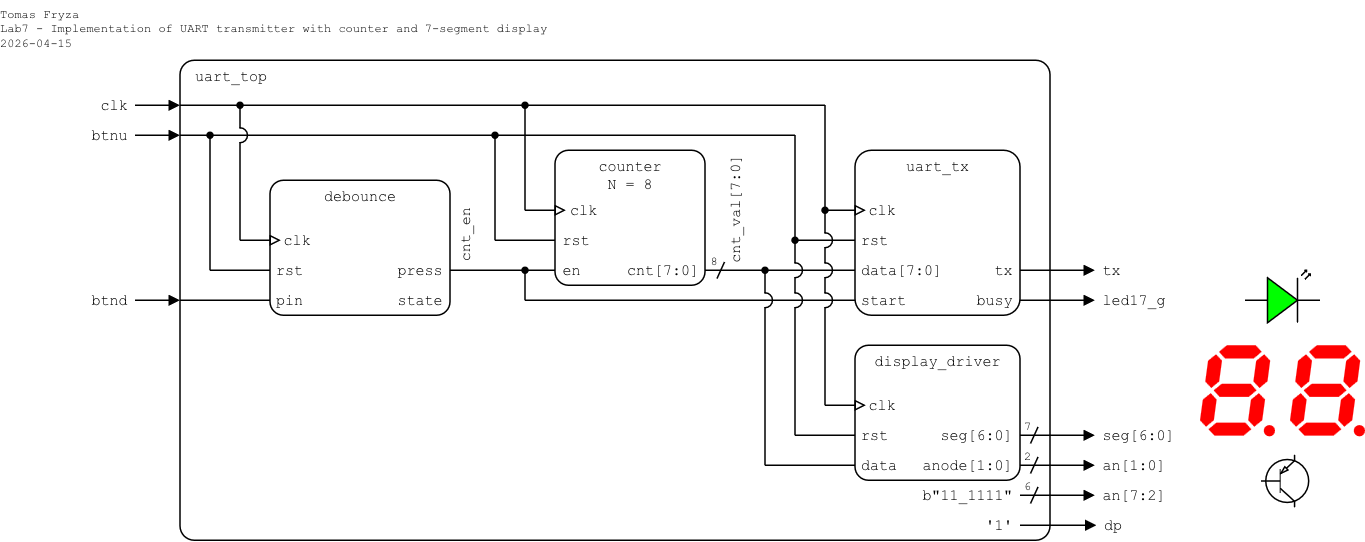
This is lab7-uart/images/top-level_ver3.png from tomas-fryza/verilog-examples, a draw.io export, as it was before one commit. Source tidied: cells renumbered, new cells last; positions are measured from the earlier drawing's top-left corner, leaving out a move shared by most shapes.
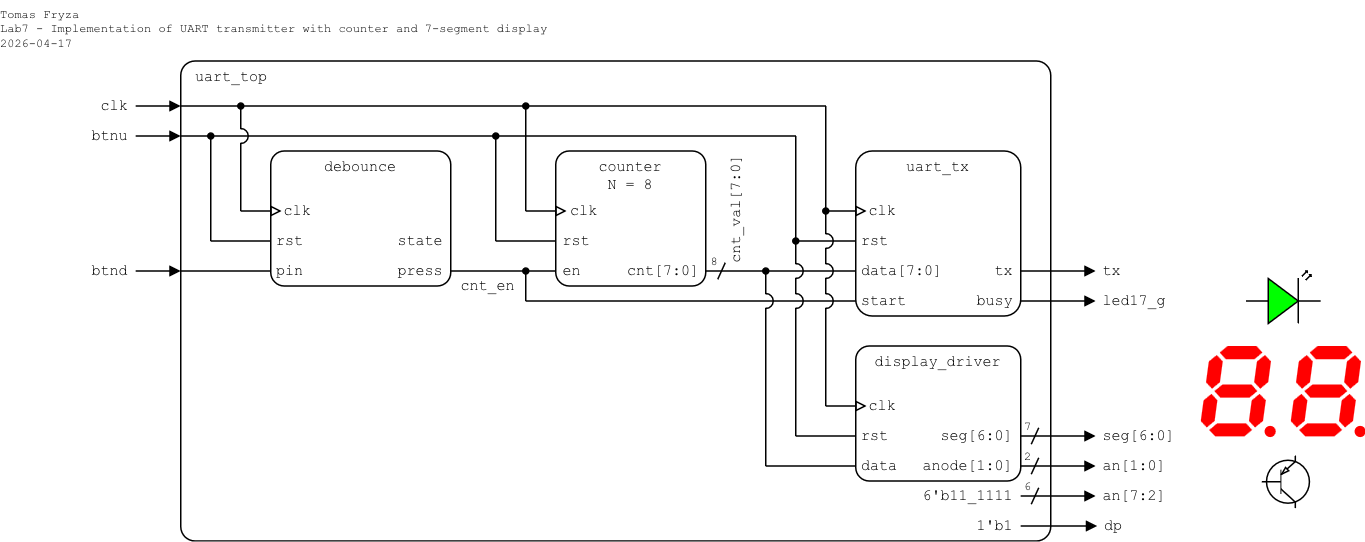
The same file after the commit.

Change to the diagram source:
```diff
@@ -35,7 +35,7 @@
         <mxPoint x="730" y="330" as="targetPoint" />
       </mxGeometry>
     </mxCell>
-    <mxCell id="11" value="b&quot;11_1111&quot;" style="text;html=1;align=right;verticalAlign=middle;whiteSpace=wrap;rounded=0;fontFamily=Courier New;fontSize=10;fillOpacity=100;spacing=0;spacingLeft=0;spacingRight=5;" parent="1" vertex="1">
+    <mxCell id="11" value="6'b11_1111" style="text;html=1;align=right;verticalAlign=middle;whiteSpace=wrap;rounded=0;fontFamily=Courier New;fontSize=10;fillOpacity=100;spacing=0;spacingLeft=0;spacingRight=5;" parent="1" vertex="1">
       <mxGeometry x="610" y="320" width="70" height="20" as="geometry" />
     </mxCell>
     <mxCell id="12" value="an[7:2]" style="text;html=1;align=left;verticalAlign=middle;whiteSpace=wrap;rounded=0;fontFamily=Courier New;fontSize=10;fillOpacity=100;spacing=0;spacingLeft=5;" parent="1" vertex="1">
@@ -80,7 +80,7 @@
     <mxCell id="21" value="dp" style="text;html=1;align=left;verticalAlign=middle;whiteSpace=wrap;rounded=0;fontFamily=Courier New;fontSize=10;fillOpacity=100;spacing=0;spacingLeft=5;" parent="1" vertex="1">
       <mxGeometry x="731" y="340" width="20" height="20" as="geometry" />
     </mxCell>
-    <mxCell id="22" value="'1'" style="text;html=1;align=right;verticalAlign=middle;whiteSpace=wrap;rounded=0;fontFamily=Courier New;fontSize=10;fillOpacity=100;spacing=0;spacingLeft=0;spacingRight=5;" parent="1" vertex="1">
+    <mxCell id="22" value="1'b1" style="text;html=1;align=right;verticalAlign=middle;whiteSpace=wrap;rounded=0;fontFamily=Courier New;fontSize=10;fillOpacity=100;spacing=0;spacingLeft=0;spacingRight=5;" parent="1" vertex="1">
       <mxGeometry x="650" y="340" width="30" height="20" as="geometry" />
     </mxCell>
     <mxCell id="23" style="verticalLabelPosition=bottom;shadow=0;dashed=0;align=center;html=1;verticalAlign=top;shape=mxgraph.electrical.opto_electronics.7_segment_display_with_dp;fillColor=#FF0000;strokeColor=none;" parent="1" vertex="1">
@@ -174,22 +174,22 @@
       </mxGeometry>
     </mxCell>
     <mxCell id="45" value="debounce" style="rounded=1;arcSize=10;align=center;verticalAlign=top;fontFamily=Courier New;absoluteArcSize=0;fillColor=none;fixDash=0;fontSize=10;spacingLeft=0;labelBorderColor=none;spacingTop=0;spacing=0;labelBackgroundColor=none;whiteSpace=wrap;html=1;strokeWidth=1;shadow=0;glass=0;" parent="1" vertex="1">
-      <mxGeometry x="180" y="120" width="120" height="90" as="geometry" />
+      <mxGeometry x="180" y="100" width="120" height="90" as="geometry" />
     </mxCell>
     <mxCell id="46" value="rst" style="text;html=1;align=left;verticalAlign=middle;whiteSpace=wrap;rounded=0;fontFamily=Courier New;fontSize=10;fillOpacity=100;spacingLeft=5;spacing=0;" parent="1" vertex="1">
-      <mxGeometry x="179.4" y="170" width="30.6" height="20" as="geometry" />
+      <mxGeometry x="179.4" y="150" width="30.6" height="20" as="geometry" />
     </mxCell>
     <mxCell id="47" value="clk" style="text;html=1;align=left;verticalAlign=middle;whiteSpace=wrap;rounded=0;fontFamily=Courier New;fontSize=10;fillOpacity=100;spacing=0;spacingLeft=10;" parent="1" vertex="1">
-      <mxGeometry x="179.4" y="150" width="40.6" height="20" as="geometry" />
+      <mxGeometry x="179.4" y="130" width="40.6" height="20" as="geometry" />
     </mxCell>
     <mxCell id="48" style="endArrow=block;html=1;rounded=0;endFill=0;endSize=5;startSize=5;" parent="1" edge="1">
       <mxGeometry relative="1" as="geometry">
-        <mxPoint x="160" y="160" as="sourcePoint" />
-        <mxPoint x="187.2" y="160" as="targetPoint" />
+        <mxPoint x="160" y="140" as="sourcePoint" />
+        <mxPoint x="187.2" y="140" as="targetPoint" />
       </mxGeometry>
     </mxCell>
-    <mxCell id="49" value="state" style="text;html=1;align=right;verticalAlign=middle;whiteSpace=wrap;rounded=0;fontFamily=Courier New;fontSize=10;fillOpacity=100;spacing=0;spacingRight=5;" parent="1" vertex="1">
-      <mxGeometry x="260" y="190" width="40" height="20" as="geometry" />
+    <mxCell id="49" value="press" style="text;html=1;align=right;verticalAlign=middle;whiteSpace=wrap;rounded=0;fontFamily=Courier New;fontSize=10;fillOpacity=100;spacing=0;spacingRight=5;" parent="1" vertex="1">
+      <mxGeometry x="260" y="170" width="40" height="20" as="geometry" />
     </mxCell>
     <mxCell id="50" style="verticalLabelPosition=bottom;verticalAlign=top;html=1;shape=mxgraph.basic.arc;startAngle=0.75;endAngle=0.25;rotation=90;" parent="1" vertex="1">
       <mxGeometry x="155" y="85" width="10" height="10" as="geometry" />
@@ -202,21 +202,21 @@
     </mxCell>
     <mxCell id="52" style="endArrow=none;html=1;rounded=0;startArrow=none;startFill=0;endSize=4;startSize=4;" parent="1" edge="1">
       <mxGeometry relative="1" as="geometry">
-        <mxPoint x="160" y="160" as="sourcePoint" />
+        <mxPoint x="160" y="140" as="sourcePoint" />
         <mxPoint x="160" y="94.5" as="targetPoint" />
       </mxGeometry>
     </mxCell>
     <mxCell id="53" value="pin" style="text;html=1;align=left;verticalAlign=middle;whiteSpace=wrap;rounded=0;fontFamily=Courier New;fontSize=10;fillOpacity=100;spacingLeft=5;spacing=0;" parent="1" vertex="1">
-      <mxGeometry x="179.4" y="190" width="30.6" height="20" as="geometry" />
+      <mxGeometry x="179.4" y="170" width="30.6" height="20" as="geometry" />
     </mxCell>
     <mxCell id="54" style="endArrow=none;html=1;rounded=0;endFill=0;endSize=5;startSize=5;" parent="1" edge="1">
       <mxGeometry relative="1" as="geometry">
-        <mxPoint x="140" y="180" as="sourcePoint" />
-        <mxPoint x="180" y="180" as="targetPoint" />
+        <mxPoint x="140" y="160" as="sourcePoint" />
+        <mxPoint x="180" y="160" as="targetPoint" />
       </mxGeometry>
     </mxCell>
-    <mxCell id="55" value="press" style="text;html=1;align=right;verticalAlign=middle;whiteSpace=wrap;rounded=0;fontFamily=Courier New;fontSize=10;fillOpacity=100;spacing=0;spacingRight=5;" parent="1" vertex="1">
-      <mxGeometry x="260" y="170" width="40" height="20" as="geometry" />
+    <mxCell id="55" value="state" style="text;html=1;align=right;verticalAlign=middle;whiteSpace=wrap;rounded=0;fontFamily=Courier New;fontSize=10;fillOpacity=100;spacing=0;spacingRight=5;" parent="1" vertex="1">
+      <mxGeometry x="260" y="150" width="40" height="20" as="geometry" />
     </mxCell>
     <mxCell id="56" style="endArrow=none;html=1;rounded=0;startArrow=oval;startFill=1;endSize=4;startSize=4;" parent="1" edge="1">
       <mxGeometry relative="1" as="geometry">
@@ -227,7 +227,7 @@
     <mxCell id="57" style="endArrow=none;html=1;rounded=0;startArrow=oval;startFill=1;endSize=4;startSize=4;" parent="1" edge="1">
       <mxGeometry relative="1" as="geometry">
         <mxPoint x="140" y="90" as="sourcePoint" />
-        <mxPoint x="140" y="180" as="targetPoint" />
+        <mxPoint x="140" y="160" as="targetPoint" />
       </mxGeometry>
     </mxCell>
     <mxCell id="58" value="8" style="text;html=1;align=center;verticalAlign=middle;whiteSpace=wrap;rounded=0;fontFamily=Courier New;fontSize=8;fillOpacity=100;spacing=2;spacingRight=0;" parent="1" vertex="1">
@@ -280,17 +280,17 @@
     </mxCell>
     <mxCell id="70" style="endArrow=block;html=1;rounded=0;endFill=1;endSize=5;startSize=5;" parent="1" edge="1">
       <mxGeometry relative="1" as="geometry">
-        <mxPoint x="90" y="200" as="sourcePoint" />
-        <mxPoint x="120" y="200" as="targetPoint" />
+        <mxPoint x="90" y="180" as="sourcePoint" />
+        <mxPoint x="120" y="180" as="targetPoint" />
       </mxGeometry>
     </mxCell>
     <mxCell id="71" value="btnd" style="text;html=1;align=right;verticalAlign=middle;whiteSpace=wrap;rounded=0;fontFamily=Courier New;fontSize=10;fillOpacity=100;spacing=0;spacingLeft=0;spacingRight=5;" parent="1" vertex="1">
-      <mxGeometry x="40" y="190" width="49.6" height="20" as="geometry" />
+      <mxGeometry x="40" y="170" width="49.6" height="20" as="geometry" />
     </mxCell>
     <mxCell id="72" style="endArrow=none;html=1;rounded=0;endFill=0;endSize=5;startSize=5;" parent="1" edge="1">
       <mxGeometry relative="1" as="geometry">
-        <mxPoint x="120" y="200" as="sourcePoint" />
-        <mxPoint x="180" y="200" as="targetPoint" />
+        <mxPoint x="120" y="180" as="sourcePoint" />
+        <mxPoint x="180" y="180" as="targetPoint" />
       </mxGeometry>
     </mxCell>
     <mxCell id="73" style="endArrow=none;html=1;rounded=0;endFill=0;endSize=5;startSize=5;" parent="1" edge="1">
@@ -305,8 +305,8 @@
         <mxPoint x="370" y="160" as="targetPoint" />
       </mxGeometry>
     </mxCell>
-    <mxCell id="75" value="cnt_en" style="text;html=1;align=left;verticalAlign=middle;whiteSpace=wrap;rounded=0;fontFamily=Courier New;fontSize=10;fillOpacity=100;spacing=0;spacingLeft=0;rotation=270;" parent="1" vertex="1">
-      <mxGeometry x="280" y="134" width="60" height="20" as="geometry" />
+    <mxCell id="75" value="cnt_en" style="text;html=1;align=center;verticalAlign=middle;whiteSpace=wrap;rounded=0;fontFamily=Courier New;fontSize=10;fillOpacity=100;spacing=0;spacingLeft=0;rotation=0;" parent="1" vertex="1">
+      <mxGeometry x="300" y="180" width="50" height="20" as="geometry" />
     </mxCell>
     <mxCell id="76" style="endArrow=none;html=1;rounded=0;endFill=0;endSize=5;startSize=5;" parent="1" edge="1">
       <mxGeometry relative="1" as="geometry">
@@ -347,7 +347,7 @@
         <mxPoint x="370" y="180" as="targetPoint" />
       </mxGeometry>
     </mxCell>
-    <mxCell id="83" value="&lt;div&gt;Tomas Fryza&lt;/div&gt;&lt;div&gt;Lab7 - Implementation of UART transmitter with counter and 7-segment display&lt;/div&gt;&lt;div&gt;2026-04-15&lt;/div&gt;" style="text;html=1;align=left;verticalAlign=top;whiteSpace=wrap;rounded=0;fontFamily=Courier New;fontSize=8;fillOpacity=100;spacing=0;spacingLeft=0;" parent="1" vertex="1">
+    <mxCell id="83" value="&lt;div&gt;Tomas Fryza&lt;/div&gt;&lt;div&gt;Lab7 - Implementation of UART transmitter with counter and 7-segment display&lt;/div&gt;&lt;div&gt;2026-04-17&lt;/div&gt;" style="text;html=1;align=left;verticalAlign=top;whiteSpace=wrap;rounded=0;fontFamily=Courier New;fontSize=8;fillOpacity=100;spacing=0;spacingLeft=0;" parent="1" vertex="1">
       <mxGeometry width="400" height="40" as="geometry" />
     </mxCell>
     <mxCell id="84" style="verticalLabelPosition=bottom;verticalAlign=top;html=1;shape=mxgraph.basic.arc;startAngle=0.75;endAngle=0.25;rotation=90;" parent="1" vertex="1">
```
